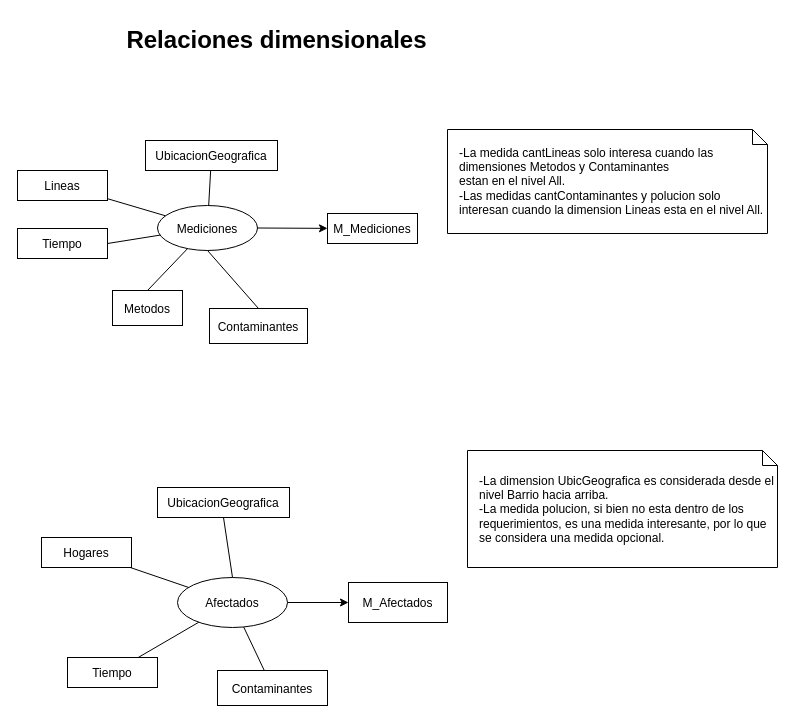
The draw.io diagram Req1 - Contaminacion de volumen de vehículos/2. Diseño Conceptual/Relaciones dimensionales.drawio in gonzalomelov/dw-calidad-aire-docs, before the edit. Source tidied: cells renumbered, new cells numbered last; positions are measured from the earlier drawing's top-left corner, leaving out a move shared by most shapes. Both pictures are drawn from the tidied source at 100%, with x=0, y=0 at pixel (17, 17).
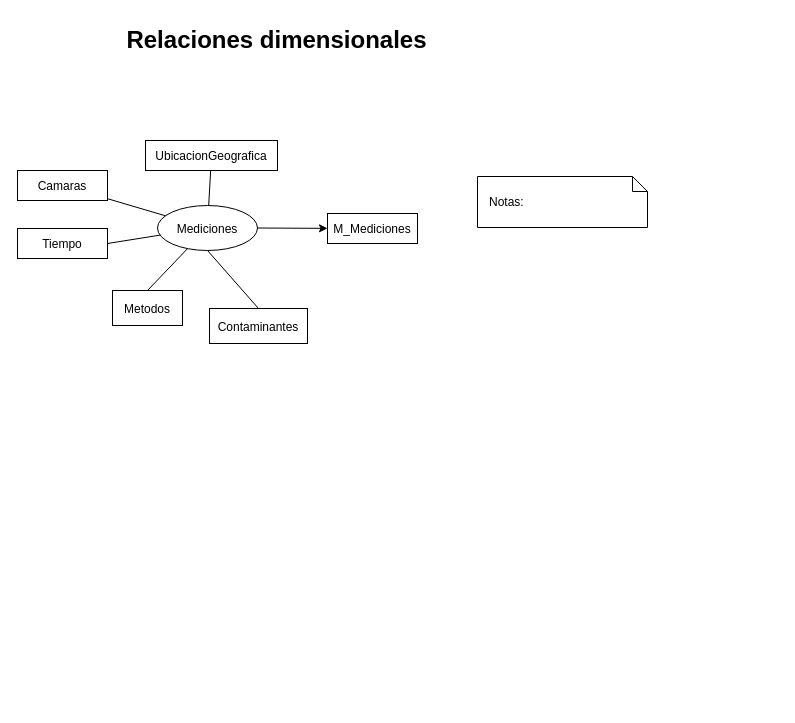
The same page after the edit.

What changed in the source:
```diff
@@
-    <mxCell id="3" value="Lineas" parent="1" vertex="1">
+    <mxCell id="3" value="Camaras" parent="1" vertex="1">
       <mxGeometry y="153" width="90" height="30" as="geometry" />
     </mxCell>
@@
-    <mxCell id="13" value="Hogares" parent="1" vertex="1">
-      <mxGeometry x="24" y="520" width="90" height="30" as="geometry" />
-    </mxCell>
-    <mxCell id="14" value="Contaminantes" parent="1" vertex="1">
-      <mxGeometry x="200" y="653" width="110" height="35" as="geometry" />
-    </mxCell>
-    <mxCell id="15" value="Tiempo" parent="1" vertex="1">
-      <mxGeometry x="50" y="640" width="90" height="30" as="geometry" />
-    </mxCell>
-    <mxCell id="16" value="M_Afectados" parent="1" vertex="1">
-      <mxGeometry x="331" y="565" width="99" height="40" as="geometry" />
-    </mxCell>
-    <mxCell id="17" value="Afectados" style="ellipse;" parent="1" vertex="1">
-      <mxGeometry x="160" y="560" width="110" height="50" as="geometry" />
-    </mxCell>
-    <mxCell id="18" style="edgeStyle=none;endArrow=none;" parent="1" edge="1" source="17" target="13">
-      <mxGeometry relative="1" as="geometry" />
-    </mxCell>
-    <mxCell id="19" style="edgeStyle=none;endArrow=none;" parent="1" edge="1" source="17" target="14">
-      <mxGeometry relative="1" as="geometry" />
-    </mxCell>
-    <mxCell id="20" style="edgeStyle=none;endArrow=none;" parent="1" edge="1" source="17" target="15">
-      <mxGeometry relative="1" as="geometry" />
-    </mxCell>
-    <mxCell id="21" style="edgeStyle=none;" parent="1" edge="1" source="17" target="16">
-      <mxGeometry relative="1" as="geometry" />
-    </mxCell>
@@
-    <mxCell id="25" value="&lt;div&gt;-La medida cantLineas solo interesa cuando las dimensiones Metodos y Contaminantes&lt;/div&gt;&lt;div&gt;estan en el nivel All.&lt;/div&gt;&lt;div&gt;-Las medidas cantContaminantes y polucion solo interesan cuando la dimension Lineas esta en el nivel All.&lt;/div&gt;" style="shape=note;size=15;align=left;spacingLeft=10;html=1;whiteSpace=wrap;" parent="1" vertex="1">
-      <mxGeometry x="430" y="112" width="320" height="104" as="geometry" />
+    <mxCell id="25" value="&lt;div&gt;Notas:&lt;/div&gt;" style="shape=note;size=15;align=left;spacingLeft=10;html=1;whiteSpace=wrap;" parent="1" vertex="1">
+      <mxGeometry x="460" y="159" width="170" height="51" as="geometry" />
     </mxCell>
-    <mxCell id="26" value="UbicacionGeografica" parent="1" vertex="1">
-      <mxGeometry x="140" y="470" width="132" height="30" as="geometry" />
-    </mxCell>
-    <mxCell id="27" style="edgeStyle=none;endArrow=none;entryX=0.5;entryY=1;exitX=0.5;exitY=0;" parent="1" edge="1" source="17" target="26">
-      <mxGeometry relative="1" as="geometry" />
-    </mxCell>
-    <mxCell id="28" value="&lt;div&gt;-La dimension UbicGeografica es considerada desde el nivel Barrio hacia arriba.&lt;/div&gt;&lt;div&gt;-La medida polucion, si bien no esta dentro de los requerimientos, es una medida interesante, por lo que se considera una medida opcional.&lt;/div&gt;" style="shape=note;size=15;align=left;spacingLeft=10;html=1;whiteSpace=wrap;" parent="1" vertex="1">
-      <mxGeometry x="450" y="433" width="310" height="117" as="geometry" />
-    </mxCell>
```
